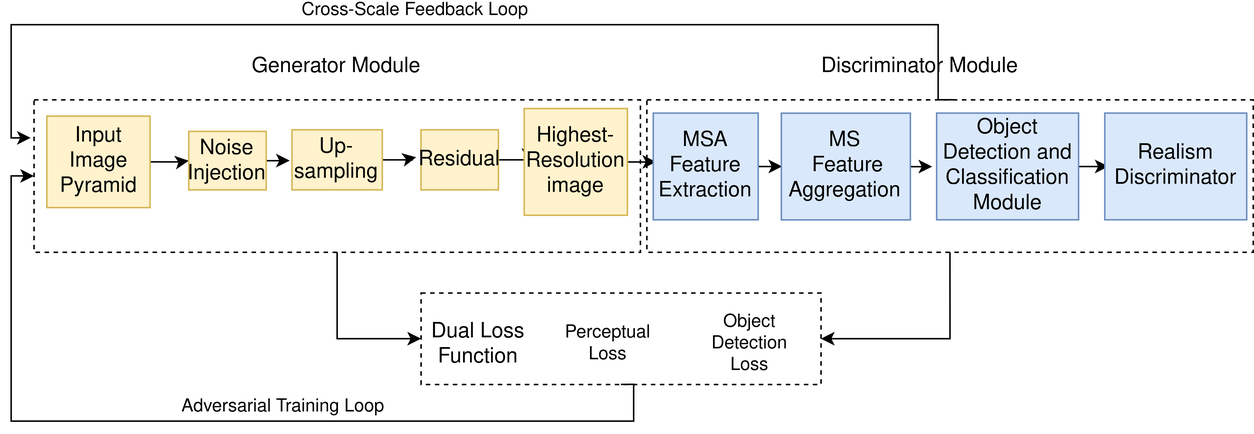
Faryalaurooj/Super-Resolution-using-Single-Image-GAN keeps this draw.io diagram as Structure.png. Above is the earlier version. Source tidied: cells renumbered, new cells last; positions are measured from the earlier drawing's top-left corner, leaving out a move shared by most shapes.
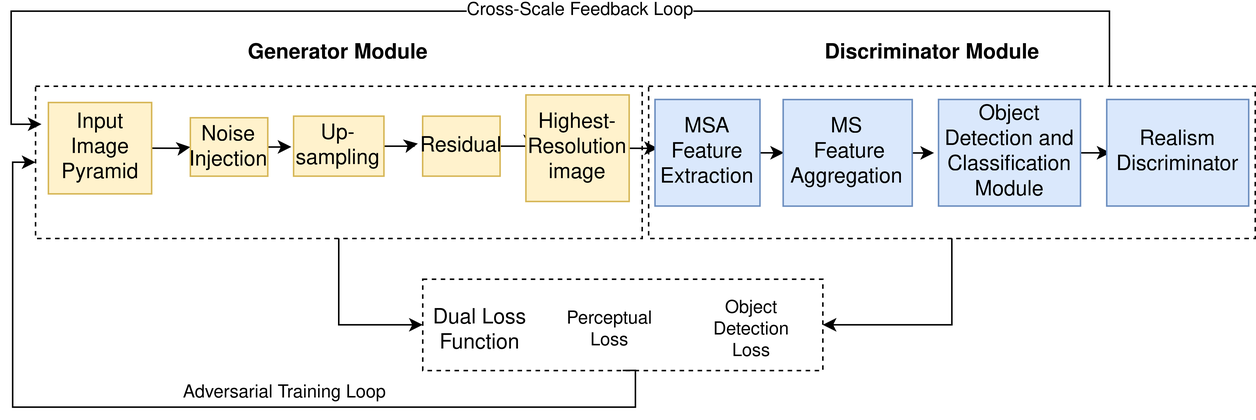
The same diagram one commit later.

The edit, as a diff of the source:
```diff
@@ -81,11 +81,11 @@
     <mxCell id="24" value="Object Detection Loss" style="text;html=1;align=center;verticalAlign=middle;whiteSpace=wrap;rounded=0;" parent="21" vertex="1">
       <mxGeometry x="184.9" y="10.2" width="68.8" height="40.6" as="geometry" />
     </mxCell>
-    <mxCell id="25" value="&lt;font style=&quot;font-size: 14px;&quot;&gt;Generator Module&lt;/font&gt;" style="text;html=1;align=center;verticalAlign=middle;whiteSpace=wrap;rounded=0;" parent="3" vertex="1">
+    <mxCell id="25" value="&lt;b&gt;&lt;font style=&quot;font-size: 14px;&quot;&gt;Generator Module&lt;/font&gt;&lt;/b&gt;" style="text;html=1;align=center;verticalAlign=middle;whiteSpace=wrap;rounded=0;" parent="3" vertex="1">
       <mxGeometry x="146.2" y="13.2" width="146.2" height="30.5" as="geometry" />
     </mxCell>
-    <mxCell id="26" value="&lt;font style=&quot;font-size: 14px;&quot;&gt;Discriminator Module&lt;/font&gt;" style="text;html=1;align=center;verticalAlign=middle;whiteSpace=wrap;rounded=0;" parent="3" vertex="1">
-      <mxGeometry x="534.9" y="13.2" width="146.2" height="30.5" as="geometry" />
+    <mxCell id="26" value="&lt;b&gt;&lt;font style=&quot;font-size: 14px;&quot;&gt;Discriminator Module&lt;/font&gt;&lt;/b&gt;" style="text;html=1;align=center;verticalAlign=middle;whiteSpace=wrap;rounded=0;" parent="3" vertex="1">
+      <mxGeometry x="541.9" y="13.2" width="146.2" height="30.5" as="geometry" />
     </mxCell>
     <mxCell id="27" value="Adversarial Training Loop" style="text;html=1;align=center;verticalAlign=middle;strokeColor=none;fillColor=none;" parent="3" vertex="1">
       <mxGeometry x="103.2" y="239.5" width="160" height="30" as="geometry" />
@@ -108,28 +108,25 @@
     <mxCell id="31" style="edgeStyle=orthogonalEdgeStyle;rounded=0;jettySize=auto;html=1;entryX=0;entryY=0.5;entryDx=0;entryDy=0;" parent="3" edge="1" source="28" target="29">
       <mxGeometry relative="1" as="geometry" />
     </mxCell>
-    <mxCell id="32" style="rounded=0;whiteSpace=wrap;html=1;fillColor=none;dashed=1;" parent="3" vertex="1">
-      <mxGeometry x="425.8" y="50" width="404.2" height="101.5" as="geometry" />
+    <mxCell id="32" style="edgeStyle=orthogonalEdgeStyle;rounded=0;orthogonalLoop=1;jettySize=auto;html=1;exitX=0.75;exitY=0;exitDx=0;exitDy=0;entryX=0;entryY=0.25;entryDx=0;entryDy=0;" parent="3" edge="1">
+      <mxGeometry relative="1" as="geometry">
+        <mxPoint x="732.9" y="50" as="sourcePoint" />
+        <mxPoint x="21.2" y="75.4" as="targetPoint" />
+        <Array as="points">
+          <mxPoint x="733" />
+          <mxPoint x="1" />
+          <mxPoint x="1" y="75" />
+        </Array>
+      </mxGeometry>
     </mxCell>
-    <mxCell id="33" style="edgeStyle=orthogonalEdgeStyle;rounded=0;jettySize=auto;html=1;exitX=0.5;exitY=1;exitDx=0;exitDy=0;entryX=1;entryY=0.5;entryDx=0;entryDy=0;" parent="3" edge="1" source="32" target="29">
-      <mxGeometry relative="1" as="geometry" />
+    <mxCell id="33" value="&lt;font style=&quot;font-size: 12px;&quot;&gt;Cross-Scale Feedback Loop&lt;/font&gt;" style="edgeLabel;html=1;align=center;verticalAlign=middle;" parent="32" vertex="1">
+      <mxGeometry x="-0.08" y="-1" relative="1" as="geometry" />
     </mxCell>
-    <mxCell id="34" style="edgeStyle=orthogonalEdgeStyle;rounded=0;orthogonalLoop=1;jettySize=auto;html=1;exitX=0.5;exitY=0;exitDx=0;exitDy=0;entryX=0;entryY=0.25;entryDx=0;entryDy=0;" parent="2" edge="1">
-      <mxGeometry relative="1" as="geometry">
-        <mxPoint x="629.9" y="50" as="sourcePoint" />
-        <mxPoint x="15" y="75.4" as="targetPoint" />
-        <Array as="points">
-          <mxPoint x="620" y="50" />
-          <mxPoint x="620" />
-          <mxPoint x="2" />
-          <mxPoint x="2" y="75" />
-        </Array>
-      </mxGeometry>
+    <mxCell id="34" style="rounded=0;whiteSpace=wrap;html=1;fillColor=none;dashed=1;" parent="3" vertex="1">
+      <mxGeometry x="425.8" y="50" width="404.2" height="101.5" as="geometry" />
     </mxCell>
-    <mxCell id="35" value="&lt;font style=&quot;font-size: 12px;&quot;&gt;Cross-Scale Feedback Loop&lt;/font&gt;" style="edgeLabel;html=1;align=center;verticalAlign=middle;" parent="34" vertex="1">
-      <mxGeometry x="0.07" y="2" relative="1" as="geometry">
-        <mxPoint y="-12" as="offset" />
-      </mxGeometry>
+    <mxCell id="35" style="edgeStyle=orthogonalEdgeStyle;rounded=0;jettySize=auto;html=1;exitX=0.5;exitY=1;exitDx=0;exitDy=0;entryX=1;entryY=0.5;entryDx=0;entryDy=0;" parent="3" edge="1" source="34" target="29">
+      <mxGeometry relative="1" as="geometry" />
     </mxCell>
   </root>
 </mxGraphModel>
```
